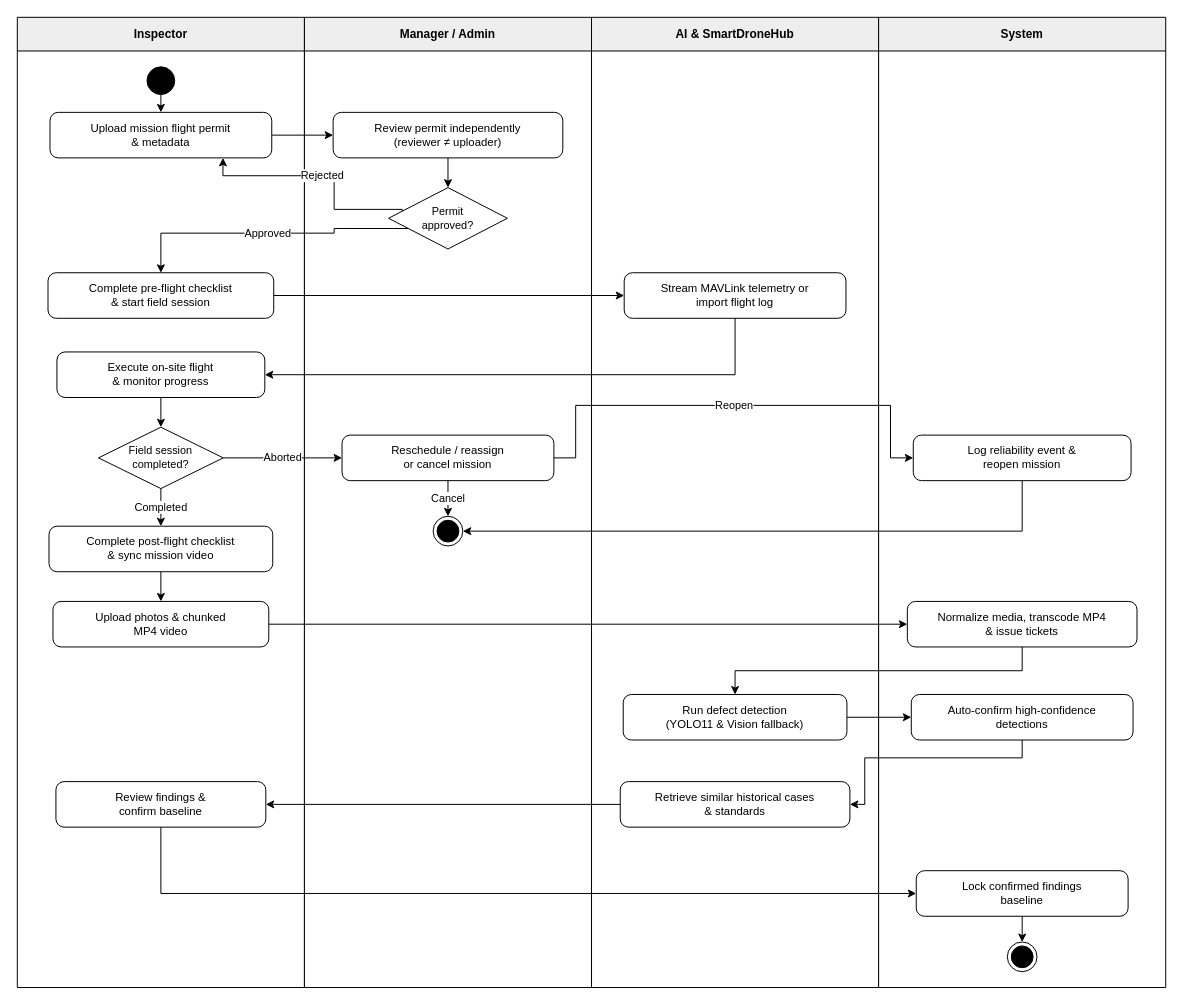
tungbach12/SmartDroneInspection-Docs keeps this draw.io diagram as page "MF3 - Permit, Field & AI" (4 of 5) of diagrams/smartdrone-activity-diagrams.drawio. Above is the earlier version. Source tidied: cells renumbered, new cells numbered last; positions are measured from the earlier drawing's top-left corner, leaving out a move shared by most shapes. Both pictures are drawn from the tidied source at 99%, with x=0, y=0 at pixel (17, 17).
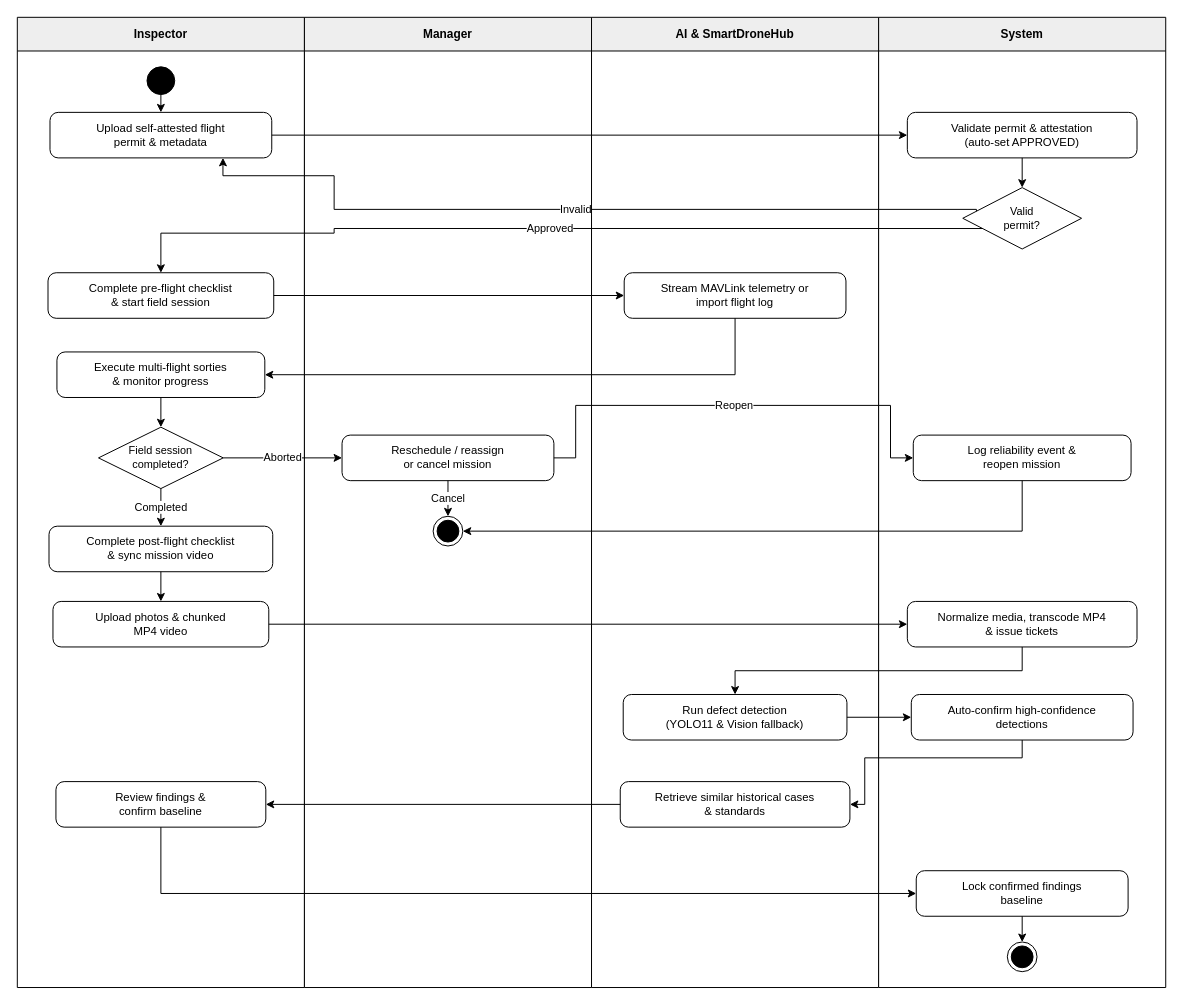
Above is the later version.

Change to the diagram source:
```diff
@@
-    <mxCell id="3" value="Manager / Admin" style="swimlane;whiteSpace=wrap;html=1;startSize=34;fillColor=#EEEEEE;swimlaneFillColor=#FFFFFF;strokeColor=#000000;strokeWidth=1;fontColor=#000000;fontStyle=1;fontSize=12;fontFamily=Helvetica;" parent="1" vertex="1">
+    <mxCell id="3" value="Manager" style="swimlane;whiteSpace=wrap;html=1;startSize=34;fillColor=#EEEEEE;swimlaneFillColor=#FFFFFF;strokeColor=#000000;strokeWidth=1;fontColor=#000000;fontStyle=1;fontSize=12;fontFamily=Helvetica;" parent="1" vertex="1">
       <mxGeometry x="290" width="290" height="980" as="geometry" />
     </mxCell>
@@
-    <mxCell id="7" value="Upload mission flight permit&lt;br&gt;&amp;amp; metadata" style="rounded=1;whiteSpace=wrap;html=1;arcSize=18;fillColor=#FFFFFF;strokeColor=#000000;strokeWidth=1;fontColor=#000000;fontSize=11.5;fontFamily=Helvetica;align=center;verticalAlign=middle;spacingLeft=8;spacingRight=8;" parent="1" vertex="1">
+    <mxCell id="7" value="Upload self-attested flight&lt;br&gt;permit &amp;amp; metadata" style="rounded=1;whiteSpace=wrap;html=1;arcSize=18;fillColor=#FFFFFF;strokeColor=#000000;strokeWidth=1;fontColor=#000000;fontSize=11.5;fontFamily=Helvetica;align=center;verticalAlign=middle;spacingLeft=8;spacingRight=8;" parent="1" vertex="1">
       <mxGeometry x="33" y="96" width="224" height="46" as="geometry" />
     </mxCell>
-    <mxCell id="8" value="Review permit independently&lt;br&gt;(reviewer &amp;#8800; uploader)" style="rounded=1;whiteSpace=wrap;html=1;arcSize=18;fillColor=#FFFFFF;strokeColor=#000000;strokeWidth=1;fontColor=#000000;fontSize=11.5;fontFamily=Helvetica;align=center;verticalAlign=middle;spacingLeft=8;spacingRight=8;" parent="1" vertex="1">
-      <mxGeometry x="319" y="96" width="232" height="46" as="geometry" />
+    <mxCell id="8" value="Validate permit &amp;amp; attestation&lt;br&gt;(auto-set APPROVED)" style="rounded=1;whiteSpace=wrap;html=1;arcSize=18;fillColor=#FFFFFF;strokeColor=#000000;strokeWidth=1;fontColor=#000000;fontSize=11.5;fontFamily=Helvetica;align=center;verticalAlign=middle;spacingLeft=8;spacingRight=8;" parent="1" vertex="1">
+      <mxGeometry x="899" y="96" width="232" height="46" as="geometry" />
     </mxCell>
-    <mxCell id="9" value="Permit&lt;br&gt;approved?" style="rhombus;whiteSpace=wrap;html=1;fillColor=#FFFFFF;strokeColor=#000000;strokeWidth=1;fontColor=#000000;fontSize=11;fontFamily=Helvetica;align=center;verticalAlign=middle;" parent="1" vertex="1">
-      <mxGeometry x="375" y="172" width="120" height="62" as="geometry" />
+    <mxCell id="9" value="Valid&lt;br&gt;permit?" style="rhombus;whiteSpace=wrap;html=1;fillColor=#FFFFFF;strokeColor=#000000;strokeWidth=1;fontColor=#000000;fontSize=11;fontFamily=Helvetica;align=center;verticalAlign=middle;" parent="1" vertex="1">
+      <mxGeometry x="955" y="172" width="120" height="62" as="geometry" />
     </mxCell>
@@
-    <mxCell id="12" value="Execute on-site flight&lt;br&gt;&amp;amp; monitor progress" style="rounded=1;whiteSpace=wrap;html=1;arcSize=18;fillColor=#FFFFFF;strokeColor=#000000;strokeWidth=1;fontColor=#000000;fontSize=11.5;fontFamily=Helvetica;align=center;verticalAlign=middle;spacingLeft=8;spacingRight=8;" parent="1" vertex="1">
+    <mxCell id="12" value="Execute multi-flight sorties&lt;br&gt;&amp;amp; monitor progress" style="rounded=1;whiteSpace=wrap;html=1;arcSize=18;fillColor=#FFFFFF;strokeColor=#000000;strokeWidth=1;fontColor=#000000;fontSize=11.5;fontFamily=Helvetica;align=center;verticalAlign=middle;spacingLeft=8;spacingRight=8;" parent="1" vertex="1">
       <mxGeometry x="40" y="338" width="210" height="46" as="geometry" />
     </mxCell>
@@
-    <mxCell id="29" value="Rejected" style="edgeStyle=orthogonalEdgeStyle;rounded=0;jettySize=auto;html=1;strokeColor=#000000;strokeWidth=1;endArrow=classic;endFill=1;fontColor=#000000;fontSize=11;fontFamily=Helvetica;labelBackgroundColor=#FFFFFF;exitX=0;exitY=0.35;exitDx=0;exitDy=0;entryX=0.78;entryY=1;entryDx=0;entryDy=0;" parent="1" edge="1" source="9" target="7">
+    <mxCell id="29" value="Invalid" style="edgeStyle=orthogonalEdgeStyle;rounded=0;jettySize=auto;html=1;strokeColor=#000000;strokeWidth=1;endArrow=classic;endFill=1;fontColor=#000000;fontSize=11;fontFamily=Helvetica;labelBackgroundColor=#FFFFFF;exitX=0;exitY=0.35;exitDx=0;exitDy=0;entryX=0.78;entryY=1;entryDx=0;entryDy=0;" parent="1" edge="1" source="9" target="7">
       <mxGeometry relative="1" as="geometry">
         <Array as="points">
           <mxPoint x="320" y="194" />
           <mxPoint x="320" y="160" />
           <mxPoint x="208" y="160" />
         </Array>
       </mxGeometry>
     </mxCell>
```
